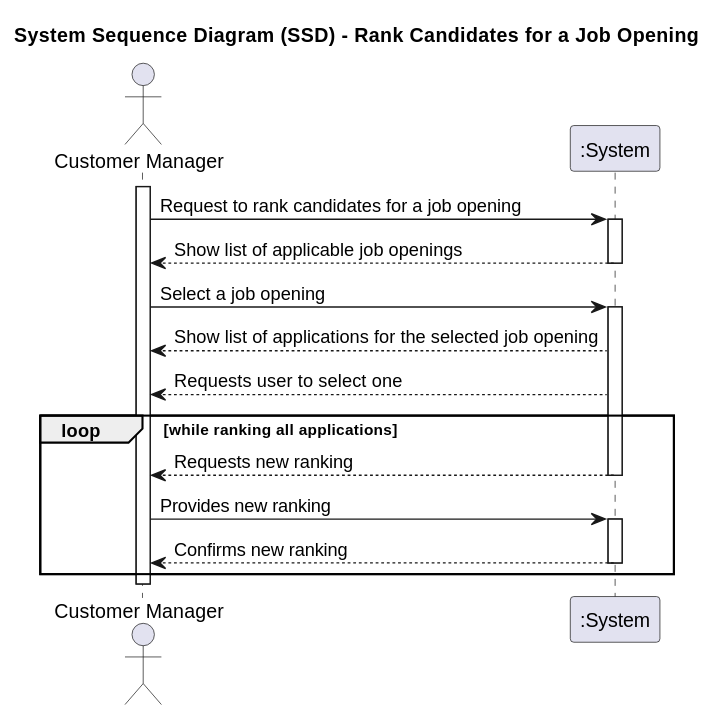
marcoferreira37/Lapr4 keeps this PlantUML diagram as docs/sprintC/1013/svg/1013-system-sequence-diagram-System_Sequence_Diagram__SSD____Rank_Candidates_for_a_Job_Opening.svg. Above is the earlier version. The source it was exported from:
```plantuml
@startuml

title System Sequence Diagram (SSD) - Rank Candidates for a Job Opening

actor "Customer Manager" as Agent
participant ":System" as System

activate Agent

Agent -> System : Request to rank candidates for a job opening
activate System
System --> Agent: Show list of applicable job openings
deactivate

Agent -> System : Select a job opening
activate System
System --> Agent : Show list of applications for the selected job opening
System --> Agent : Requests user to select one



loop while ranking all applications

System --> Agent : Requests new ranking
deactivate
Agent -> System : Provides new ranking
activate System
System --> Agent  : Confirms new ranking
deactivate System

end loop

deactivate Agent
@enduml
```
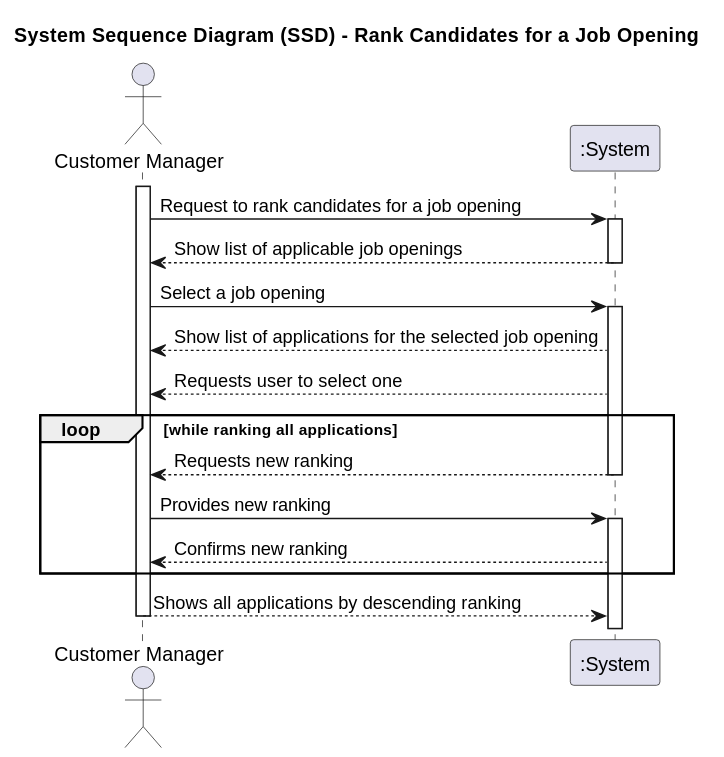
The same file after the commit.

What changed in the source:
```diff
@@ -26,9 +26,11 @@
 Agent -> System : Provides new ranking
 activate System
 System --> Agent  : Confirms new ranking
-deactivate System
 
 end loop
 
+Agent --> System : Shows all applications by descending ranking
+
+
 deactivate Agent
 @enduml
```
